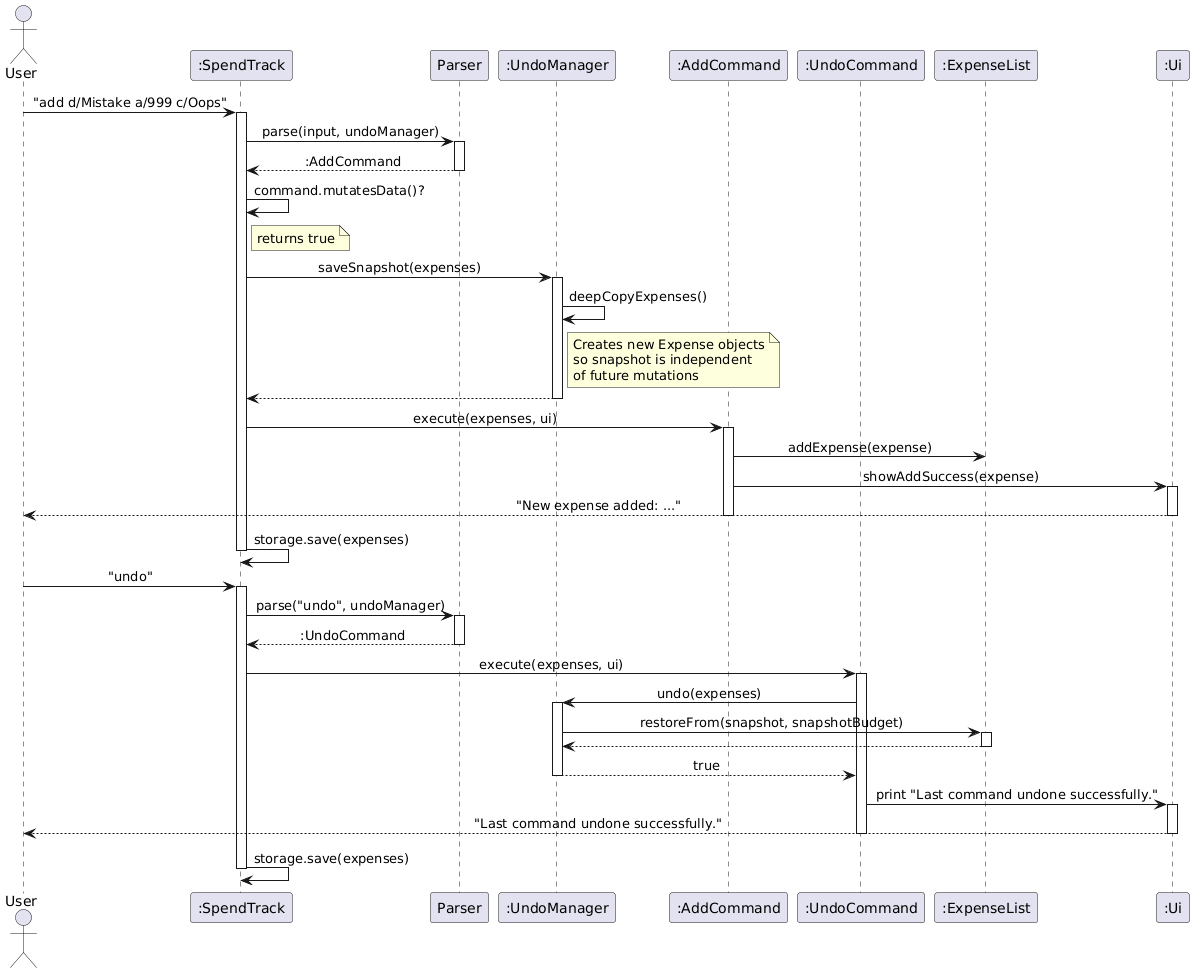
AbhijitBalajee/tp keeps this PlantUML diagram as docs/images/UndoSequence.png. Above is the earlier version.
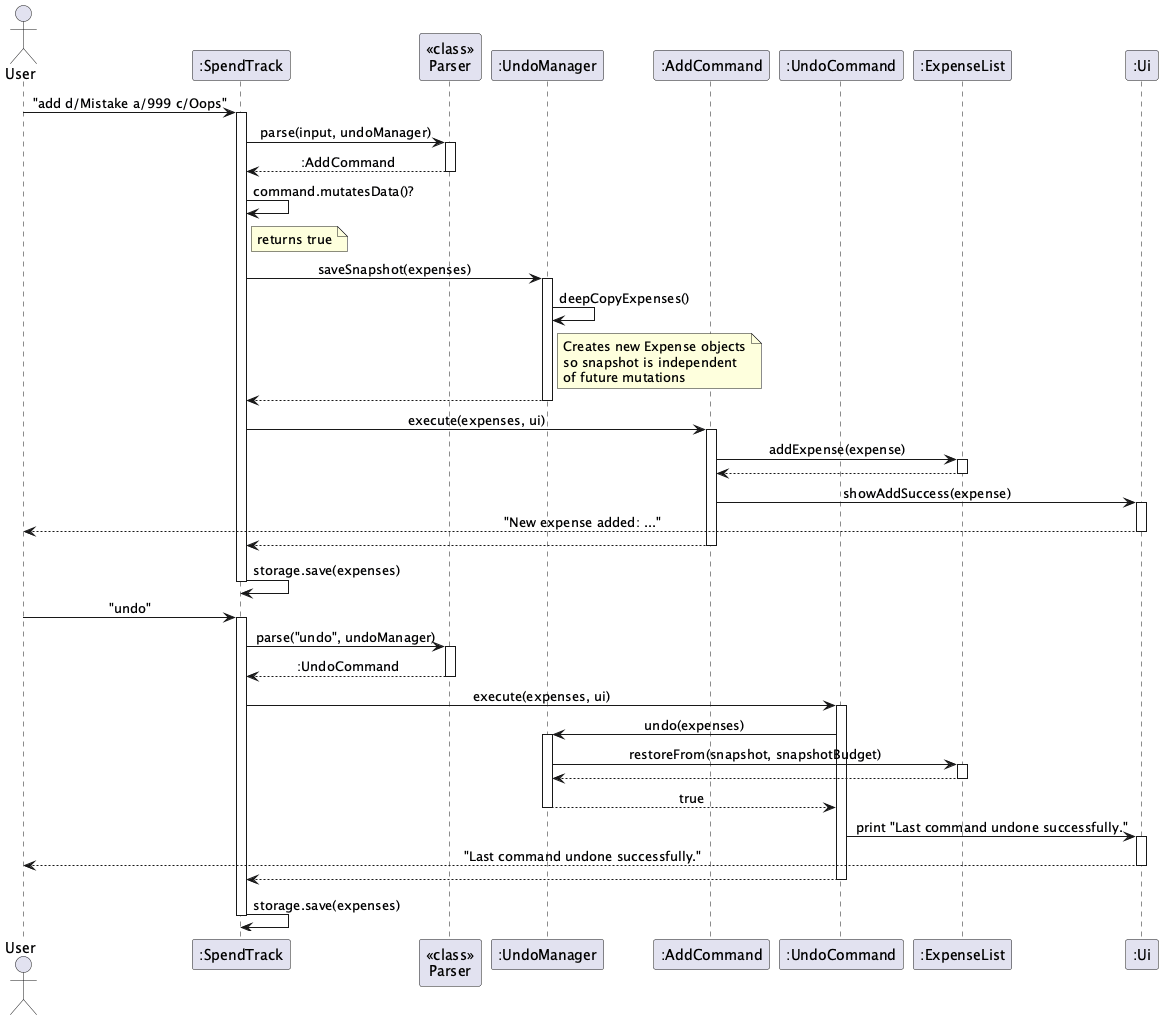
After the commit.

Diff of the diagram source:
```diff
@@ -5,7 +5,7 @@
 
 actor User
 participant ":SpendTrack" as ST
-participant "Parser" as P
+participant "<<class>>\nParser" as P
 participant ":UndoManager" as UM
 participant ":AddCommand" as AC
 participant ":UndoCommand" as UC
@@ -36,10 +36,14 @@
 ST -> AC : execute(expenses, ui)
 activate AC
 AC -> EL : addExpense(expense)
+activate EL
+EL --> AC
+deactivate EL
 AC -> UI : showAddSuccess(expense)
 activate UI
 UI --> User : "New expense added: ..."
 deactivate UI
+AC --> ST
 deactivate AC
 
 ST -> ST : storage.save(expenses)
@@ -66,6 +70,7 @@
 activate UI
 UI --> User : "Last command undone successfully."
 deactivate UI
+UC --> ST
 deactivate UC
 
 ST -> ST : storage.save(expenses)
```
